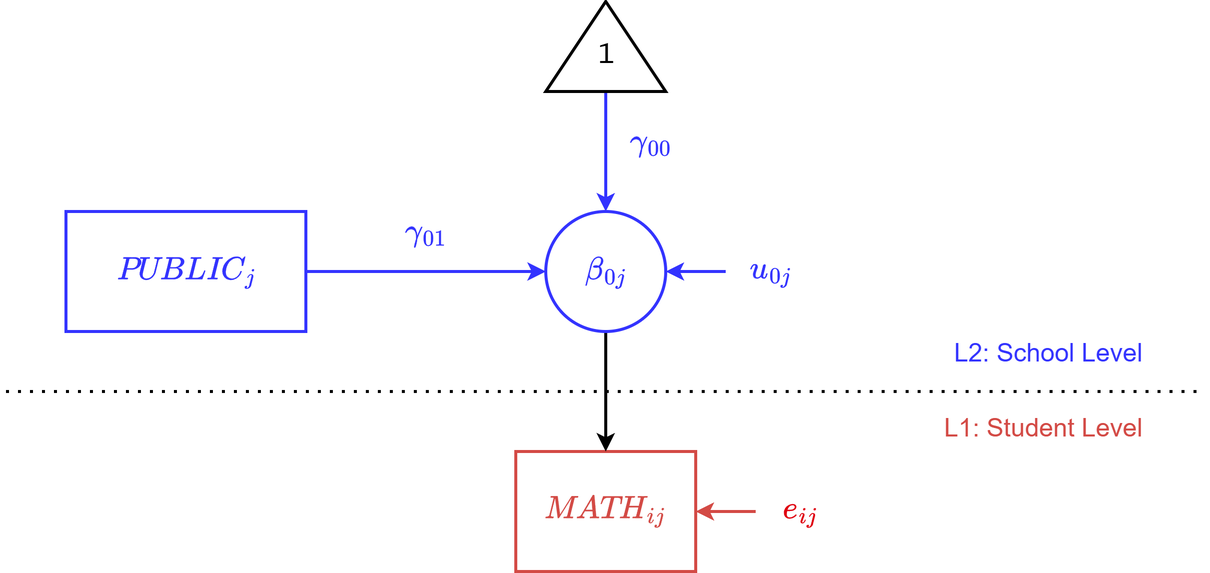
Earlier version of the draw.io export diagrams/fixed_slopes_l2_full.png (jmgirard/psyc894). Source tidied: cells renumbered, new cells last; positions are measured from the earlier drawing's top-left corner, leaving out a move shared by most shapes.
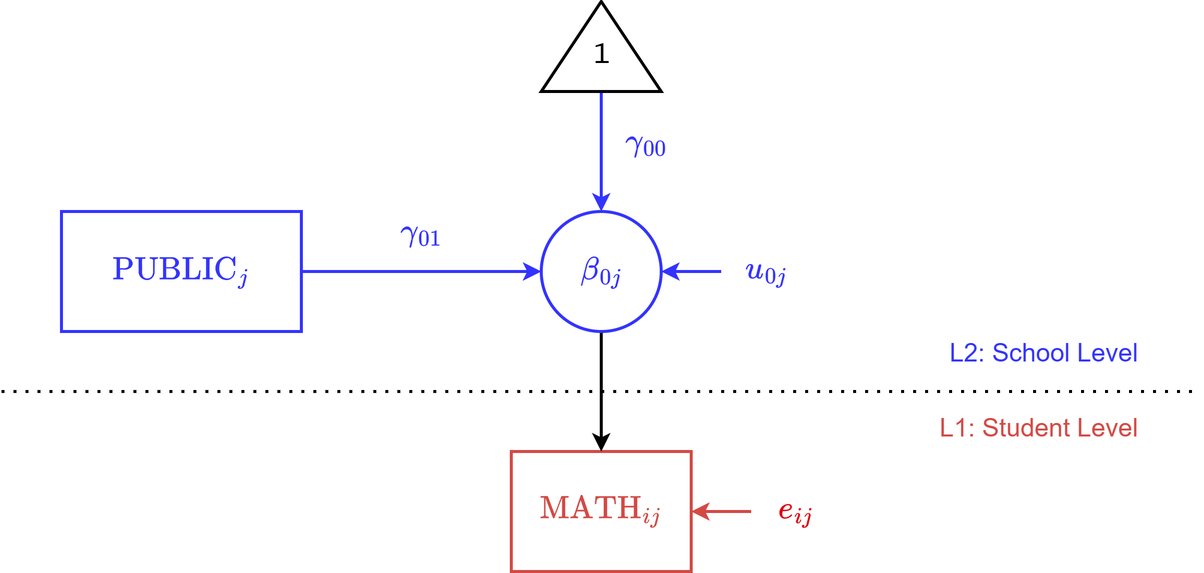
After the commit.

The edit, as a diff of the source:
```diff
@@ -2,7 +2,7 @@
   <root>
     <mxCell id="0" />
     <mxCell id="1" parent="0" />
-    <mxCell id="2" value="$$\textit{MATH}_{ij}$$" style="rounded=0;whiteSpace=wrap;html=1;fontSize=18;strokeWidth=2;fontFamily=Lucida Console;fontColor=#D34A45;strokeColor=#D34A45;" parent="1" vertex="1">
+    <mxCell id="2" value="$$\text{MATH}_{ij}$$" style="rounded=0;whiteSpace=wrap;html=1;fontSize=18;strokeWidth=2;fontFamily=Lucida Console;fontColor=#D34A45;strokeColor=#D34A45;" parent="1" vertex="1">
       <mxGeometry x="340" y="300" width="120" height="80" as="geometry" />
     </mxCell>
     <mxCell id="3" style="endArrow=classic;html=1;rounded=0;entryX=1;entryY=0.5;entryDx=0;entryDy=0;strokeWidth=2;strokeColor=#D34A45;exitX=0;exitY=0.5;exitDx=0;exitDy=0;" parent="1" edge="1" source="4" target="2">
@@ -49,7 +49,7 @@
     <mxCell id="15" style="edgeStyle=orthogonalEdgeStyle;rounded=0;jettySize=auto;html=1;exitX=1;exitY=0.5;exitDx=0;exitDy=0;entryX=0;entryY=0.5;entryDx=0;entryDy=0;strokeWidth=2;fontColor=#3333FF;strokeColor=#3333FF;" parent="1" edge="1" source="16" target="6">
       <mxGeometry relative="1" as="geometry" />
     </mxCell>
-    <mxCell id="16" value="$$\textit{PUBLIC}_{j}$$" style="rounded=0;whiteSpace=wrap;html=1;fontSize=18;strokeWidth=2;fontFamily=Lucida Console;fontColor=#3333FF;strokeColor=#3333FF;" parent="1" vertex="1">
+    <mxCell id="16" value="$$\text{PUBLIC}_{j}$$" style="rounded=0;whiteSpace=wrap;html=1;fontSize=18;strokeWidth=2;fontFamily=Lucida Console;fontColor=#3333FF;strokeColor=#3333FF;" parent="1" vertex="1">
       <mxGeometry x="40" y="140" width="160" height="80" as="geometry" />
     </mxCell>
     <mxCell id="17" value="&lt;font&gt;&lt;span style=&quot;background-color: rgb(255, 255, 255);&quot;&gt;$$\gamma_{01}$$&lt;/span&gt;&lt;/font&gt;" style="text;html=1;align=center;verticalAlign=middle;whiteSpace=wrap;rounded=0;fontSize=18;fontColor=#3333FF;fontFamily=Lucida Console;" parent="1" vertex="1">
```
